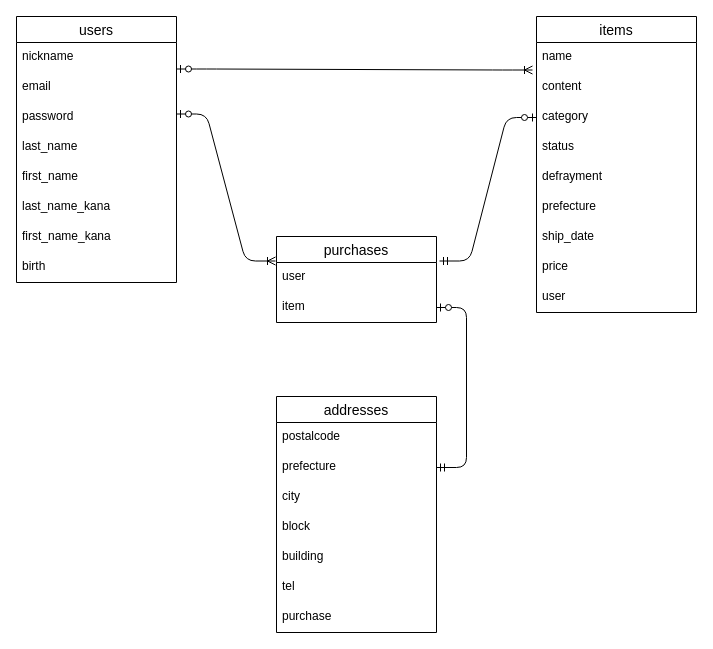
The draw.io diagram ER.dio in emi-i/furima-38082, before the edit. Source tidied: cells renumbered, new cells numbered last; positions are measured from the earlier drawing's top-left corner, leaving out a move shared by most shapes. Both pictures are drawn from the tidied source at 100%, with x=0, y=0 at pixel (16, 16).
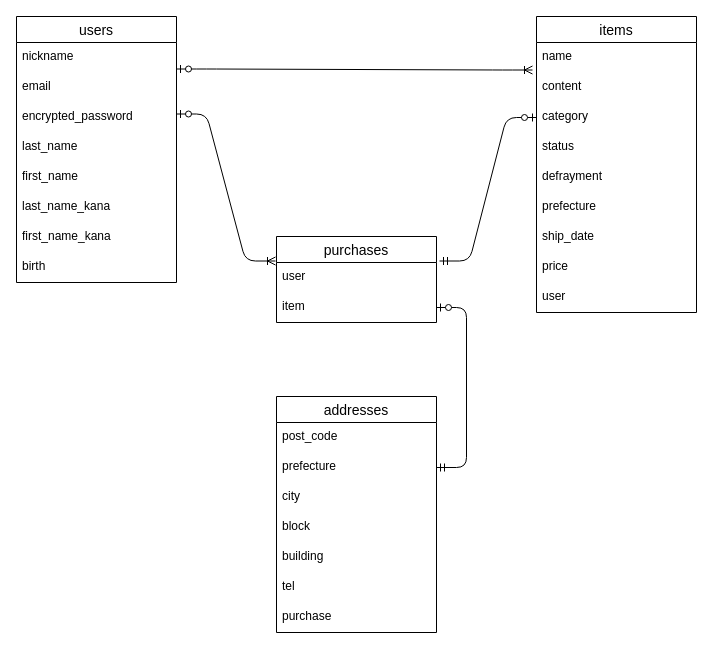
After the change.

Commit message:
データベース設計　修正２

The change refers to these unchanged cells:
```xml
<mxCell id="6" value="users" style="swimlane;fontStyle=0;horizontal=1;startSize=26;align=center;fontSize=14;" parent="1" vertex="1">
  <mxGeometry width="160" height="266" as="geometry" />
</mxCell>
<mxCell id="28" value="addresses" style="swimlane;fontStyle=0;horizontal=1;startSize=26;align=center;fontSize=14;" parent="1" vertex="1">
  <mxGeometry x="260" y="380" width="160" height="236" as="geometry" />
</mxCell>
```

Change to the diagram source:
```diff
@@
-    <mxCell id="9" value="password&#10;" style="text;strokeColor=none;fillColor=none;spacingLeft=4;spacingRight=4;overflow=hidden;fontSize=12;" parent="6" vertex="1">
+    <mxCell id="9" value="encrypted_password" style="text;strokeColor=none;fillColor=none;spacingLeft=4;spacingRight=4;overflow=hidden;fontSize=12;" parent="6" vertex="1">
       <mxGeometry y="86" width="160" height="30" as="geometry" />
     </mxCell>
@@
-    <mxCell id="29" value="postalcode" style="text;strokeColor=none;fillColor=none;spacingLeft=4;spacingRight=4;overflow=hidden;fontSize=12;" parent="28" vertex="1">
+    <mxCell id="29" value="post_code" style="text;strokeColor=none;fillColor=none;spacingLeft=4;spacingRight=4;overflow=hidden;fontSize=12;" parent="28" vertex="1">
       <mxGeometry y="26" width="160" height="30" as="geometry" />
     </mxCell>
```
